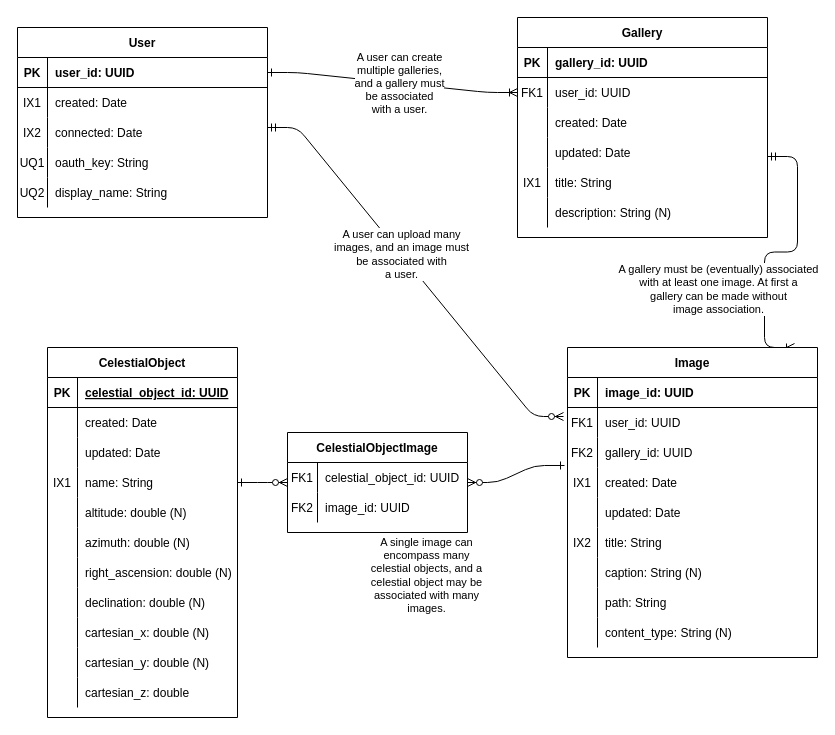
The draw.io diagram docs/work/erd.drawio in north-star-sharing/north-star-sharing.github.io, before the edit. Source tidied: cells renumbered, new cells numbered last; positions are measured from the earlier drawing's top-left corner, leaving out a move shared by most shapes. Both pictures are drawn from the tidied source at 100%, with x=0, y=0 at pixel (17, 17).
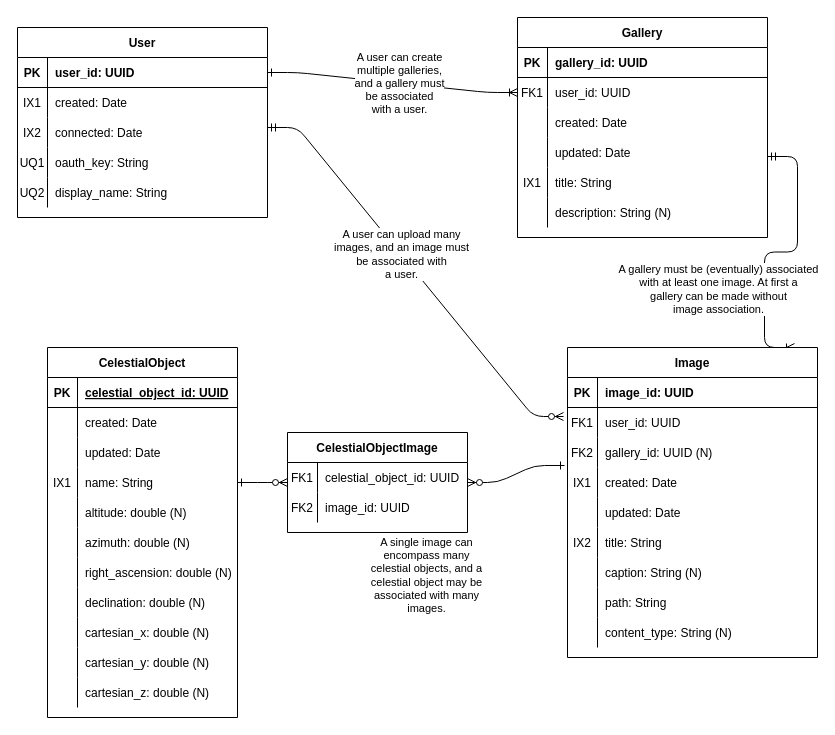
Above is the later version.

The change refers to these unchanged cells:
```xml
<mxCell id="32" style="shape=partialRectangle;fillColor=none;top=0;left=0;right=0;bottom=0;" parent="25" vertex="1">
  <mxGeometry y="90" width="250" height="30" as="geometry" />
</mxCell>
<mxCell id="102" style="shape=partialRectangle;fillColor=none;top=0;left=0;right=0;bottom=0;" parent="71" vertex="1">
  <mxGeometry y="330" width="190" height="30" as="geometry" />
</mxCell>
```

Diff of the diagram source:
```diff
@@
-    <mxCell id="34" value="gallery_id: UUID" style="shape=partialRectangle;overflow=hidden;fillColor=none;top=0;left=0;bottom=0;right=0;align=left;spacingLeft=6;" parent="32" vertex="1">
+    <mxCell id="34" value="gallery_id: UUID (N)" style="shape=partialRectangle;overflow=hidden;fillColor=none;top=0;left=0;bottom=0;right=0;align=left;spacingLeft=6;" parent="32" vertex="1">
       <mxGeometry x="30" width="220" height="30" as="geometry" />
     </mxCell>
@@
-    <mxCell id="104" value="cartesian_z: double" style="shape=partialRectangle;overflow=hidden;fillColor=none;top=0;left=0;bottom=0;right=0;align=left;spacingLeft=6;" parent="102" vertex="1">
+    <mxCell id="104" value="cartesian_z: double (N)" style="shape=partialRectangle;overflow=hidden;fillColor=none;top=0;left=0;bottom=0;right=0;align=left;spacingLeft=6;" parent="102" vertex="1">
       <mxGeometry x="30" width="160" height="30" as="geometry" />
     </mxCell>
```
